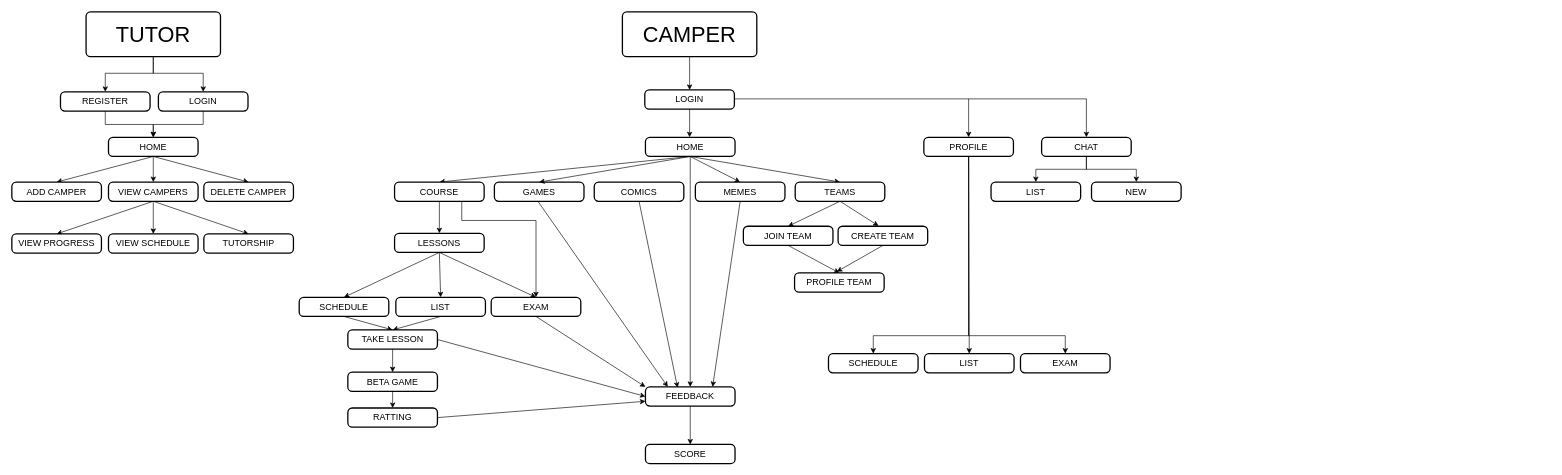
Before: material/diagrams/WF-Roles.drawio in OneLifeDesigning/wellness-api, a draw.io diagram. Source tidied: cells renumbered, new cells numbered last; positions are measured from the earlier drawing's top-left corner, leaving out a move shared by most shapes. Both pictures are drawn from the tidied source at 64%, with x=0, y=0 at pixel (12, 12).
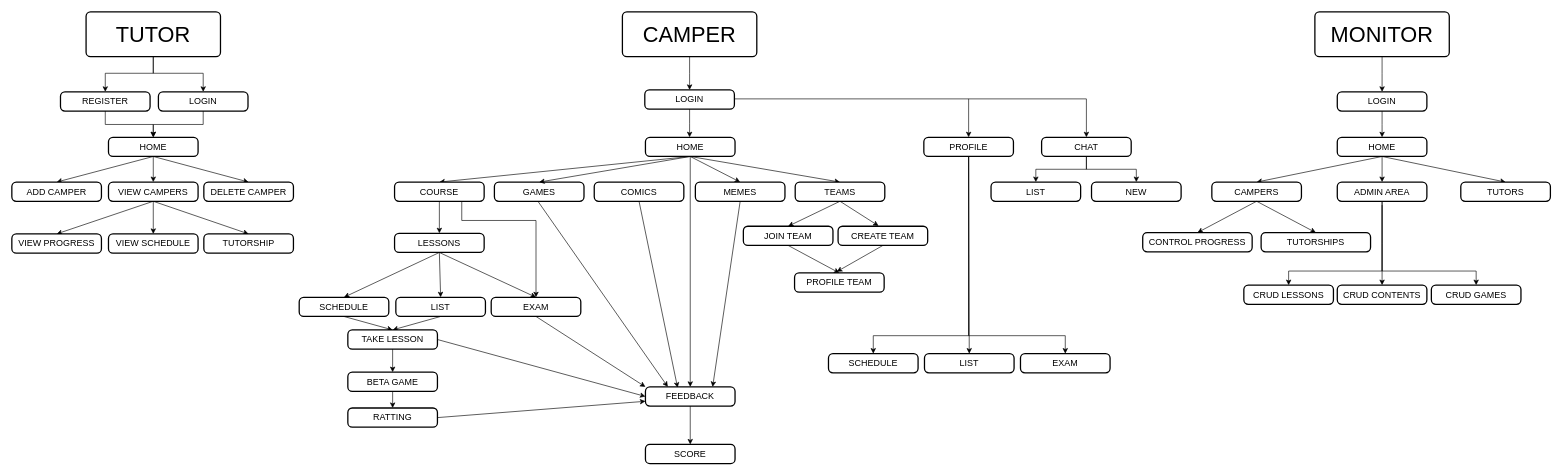
The same page after the edit.

The edit, as a diff of the source:
```diff
@@
+    <mxCell id="83" style="edgeStyle=elbowEdgeStyle;rounded=0;jettySize=auto;elbow=vertical;html=1;exitX=0.5;exitY=1;exitDx=0;exitDy=0;" parent="1" edge="1" source="84" target="97">
+      <mxGeometry relative="1" as="geometry">
+        <Array as="points">
+          <mxPoint x="2219" y="96" />
+          <mxPoint x="2179" y="96" />
+          <mxPoint x="2169" y="96" />
+        </Array>
+      </mxGeometry>
+    </mxCell>
+    <mxCell id="84" value="&lt;span style=&quot;font-size: 34px&quot;&gt;MONITOR&lt;/span&gt;" style="rounded=1;whiteSpace=wrap;html=1;absoluteArcSize=1;arcSize=14;strokeWidth=2;" parent="1" vertex="1">
+      <mxGeometry x="2036" width="210" height="70" as="geometry" />
+    </mxCell>
+    <mxCell id="85" style="edgeStyle=none;rounded=0;jettySize=auto;html=1;entryX=0.5;entryY=0;entryDx=0;entryDy=0;" parent="1" edge="1" source="88" target="93">
+      <mxGeometry relative="1" as="geometry" />
+    </mxCell>
+    <mxCell id="86" style="edgeStyle=none;rounded=0;jettySize=auto;html=1;exitX=0.5;exitY=1;exitDx=0;exitDy=0;entryX=0.5;entryY=0;entryDx=0;entryDy=0;" parent="1" edge="1" source="88" target="94">
+      <mxGeometry relative="1" as="geometry" />
+    </mxCell>
+    <mxCell id="87" style="edgeStyle=none;rounded=0;jettySize=auto;html=1;exitX=0.5;exitY=1;exitDx=0;exitDy=0;entryX=0.5;entryY=0;entryDx=0;entryDy=0;" parent="1" edge="1" source="88" target="95">
+      <mxGeometry relative="1" as="geometry" />
+    </mxCell>
+    <mxCell id="88" value="&lt;span style=&quot;font-size: 14px&quot;&gt;HOME&lt;/span&gt;" style="rounded=1;whiteSpace=wrap;html=1;absoluteArcSize=1;arcSize=14;strokeWidth=2;verticalAlign=middle;" parent="1" vertex="1">
+      <mxGeometry x="2071" y="196" width="140" height="30" as="geometry" />
+    </mxCell>
+    <mxCell id="89" style="edgeStyle=none;rounded=0;jettySize=auto;html=1;exitX=0.5;exitY=1;exitDx=0;exitDy=0;entryX=0.5;entryY=0;entryDx=0;entryDy=0;" parent="1" edge="1" source="94" target="99">
+      <mxGeometry relative="1" as="geometry" />
+    </mxCell>
+    <mxCell id="90" style="edgeStyle=elbowEdgeStyle;rounded=0;jettySize=auto;html=1;exitX=0.5;exitY=1;exitDx=0;exitDy=0;elbow=vertical;" parent="1" edge="1" source="93" target="104">
+      <mxGeometry relative="1" as="geometry" />
+    </mxCell>
+    <mxCell id="91" style="edgeStyle=elbowEdgeStyle;rounded=0;jettySize=auto;elbow=vertical;html=1;exitX=0.5;exitY=1;exitDx=0;exitDy=0;" parent="1" edge="1" source="93" target="103">
+      <mxGeometry relative="1" as="geometry">
+        <Array as="points">
+          <mxPoint x="2207" y="405" />
+        </Array>
+      </mxGeometry>
+    </mxCell>
+    <mxCell id="92" style="edgeStyle=elbowEdgeStyle;rounded=0;jettySize=auto;elbow=vertical;html=1;entryX=0.5;entryY=0;entryDx=0;entryDy=0;" parent="1" edge="1" target="105">
+      <mxGeometry relative="1" as="geometry">
+        <mxPoint x="2141" y="302" as="sourcePoint" />
+        <Array as="points">
+          <mxPoint x="2070" y="405" />
+        </Array>
+      </mxGeometry>
+    </mxCell>
+    <mxCell id="93" value="&lt;span style=&quot;font-size: 14px&quot;&gt;ADMIN AREA&lt;/span&gt;" style="rounded=1;whiteSpace=wrap;html=1;absoluteArcSize=1;arcSize=14;strokeWidth=2;verticalAlign=middle;" parent="1" vertex="1">
+      <mxGeometry x="2071" y="266" width="140" height="30" as="geometry" />
+    </mxCell>
+    <mxCell id="94" value="&lt;span style=&quot;font-size: 14px&quot;&gt;CAMPERS&lt;/span&gt;" style="rounded=1;whiteSpace=wrap;html=1;absoluteArcSize=1;arcSize=14;strokeWidth=2;" parent="1" vertex="1">
+      <mxGeometry x="1875" y="266" width="140" height="30" as="geometry" />
+    </mxCell>
+    <mxCell id="95" value="&lt;span style=&quot;font-size: 14px&quot;&gt;TUTORS&lt;/span&gt;" style="rounded=1;whiteSpace=wrap;html=1;absoluteArcSize=1;arcSize=14;strokeWidth=2;" parent="1" vertex="1">
+      <mxGeometry x="2264" y="266" width="140" height="30" as="geometry" />
+    </mxCell>
+    <mxCell id="96" style="edgeStyle=elbowEdgeStyle;rounded=0;jettySize=auto;elbow=vertical;html=1;exitX=0.5;exitY=1;exitDx=0;exitDy=0;entryX=0.5;entryY=0;entryDx=0;entryDy=0;" parent="1" edge="1" source="97" target="88">
+      <mxGeometry relative="1" as="geometry" />
+    </mxCell>
+    <mxCell id="97" value="&lt;font style=&quot;font-size: 14px&quot;&gt;LOGIN&lt;/font&gt;" style="rounded=1;whiteSpace=wrap;html=1;absoluteArcSize=1;arcSize=14;strokeWidth=2;" parent="1" vertex="1">
+      <mxGeometry x="2071" y="125" width="140" height="30" as="geometry" />
+    </mxCell>
+    <mxCell id="98" style="group;" parent="1" vertex="1">
+      <mxGeometry x="1767" y="296" width="356" height="79" as="geometry" />
+    </mxCell>
+    <mxCell id="99" value="&lt;span style=&quot;font-size: 14px&quot;&gt;CONTROL PROGRESS&lt;/span&gt;" style="rounded=1;whiteSpace=wrap;html=1;absoluteArcSize=1;arcSize=14;strokeWidth=2;verticalAlign=middle;" parent="98" vertex="1">
+      <mxGeometry y="49" width="171" height="30" as="geometry" />
+    </mxCell>
+    <mxCell id="100" value="&lt;span style=&quot;font-size: 14px&quot;&gt;TUTORSHIPS&lt;/span&gt;" style="rounded=1;whiteSpace=wrap;html=1;absoluteArcSize=1;arcSize=14;strokeWidth=2;verticalAlign=middle;" parent="98" vertex="1">
+      <mxGeometry x="185" y="49" width="171" height="30" as="geometry" />
+    </mxCell>
+    <mxCell id="101" style="edgeStyle=none;rounded=0;jettySize=auto;html=1;exitX=0.5;exitY=1;exitDx=0;exitDy=0;entryX=0.5;entryY=0;entryDx=0;entryDy=0;" parent="1" edge="1" source="94" target="100">
+      <mxGeometry relative="1" as="geometry" />
+    </mxCell>
+    <mxCell id="102" style="group;" parent="1" vertex="1">
+      <mxGeometry x="1925" y="427" width="433" height="30" as="geometry" />
+    </mxCell>
+    <mxCell id="103" value="&lt;span style=&quot;font-size: 14px&quot;&gt;CRUD&amp;nbsp;&lt;/span&gt;&lt;span style=&quot;font-size: 14px&quot;&gt;GAMES&lt;/span&gt;" style="rounded=1;whiteSpace=wrap;html=1;absoluteArcSize=1;arcSize=14;strokeWidth=2;verticalAlign=middle;" parent="102" vertex="1">
+      <mxGeometry x="293" width="140" height="30" as="geometry" />
+    </mxCell>
+    <mxCell id="104" value="&lt;span style=&quot;font-size: 14px&quot;&gt;CRUD CONTENTS&lt;/span&gt;" style="rounded=1;whiteSpace=wrap;html=1;absoluteArcSize=1;arcSize=14;strokeWidth=2;verticalAlign=middle;" parent="102" vertex="1">
+      <mxGeometry x="146" width="140" height="30" as="geometry" />
+    </mxCell>
+    <mxCell id="105" value="&lt;span style=&quot;font-size: 14px&quot;&gt;CRUD LESSONS&lt;/span&gt;" style="rounded=1;whiteSpace=wrap;html=1;absoluteArcSize=1;arcSize=14;strokeWidth=2;verticalAlign=middle;" parent="102" vertex="1">
+      <mxGeometry width="140" height="30" as="geometry" />
+    </mxCell>
```
